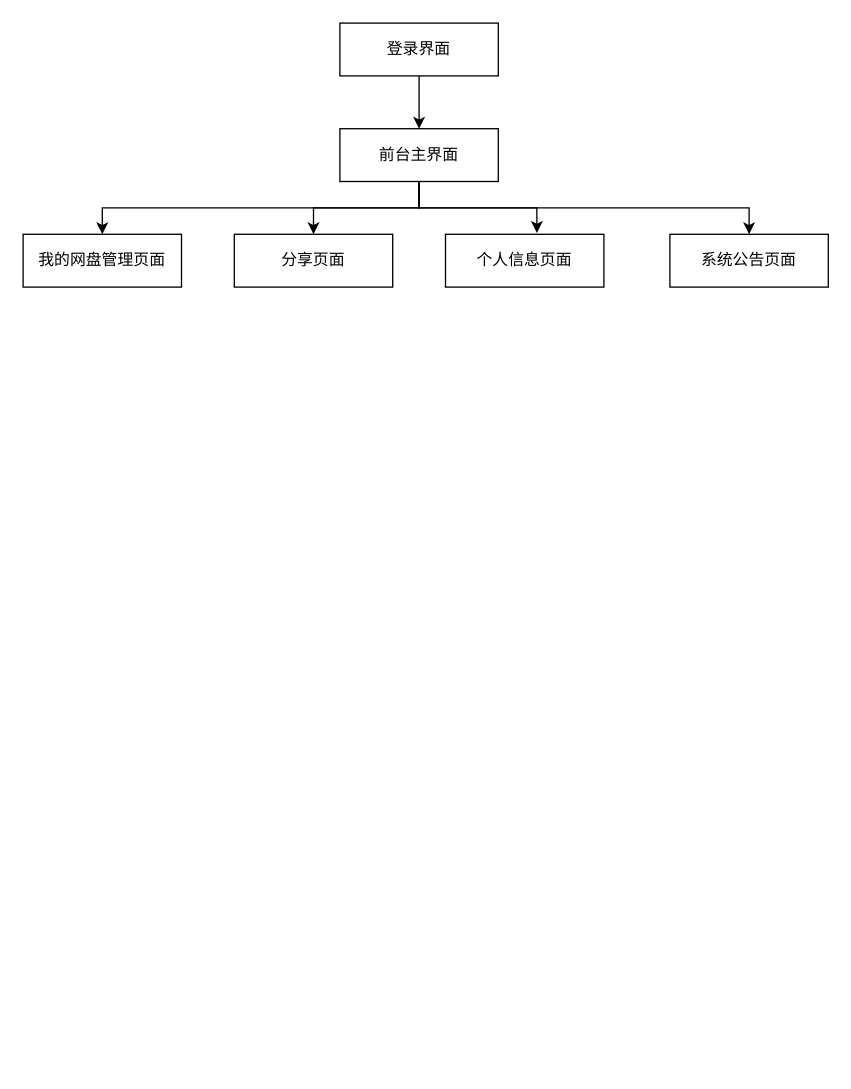
This is 界面迁移.drawio from jokerbay/images, a draw.io file, before an edit. Source tidied: cells renumbered, new cells numbered last; positions are measured from the earlier drawing's top-left corner, leaving out a move shared by most shapes. Both pictures are drawn from the tidied source at 132%, with x=0, y=0 at pixel (22, 22).
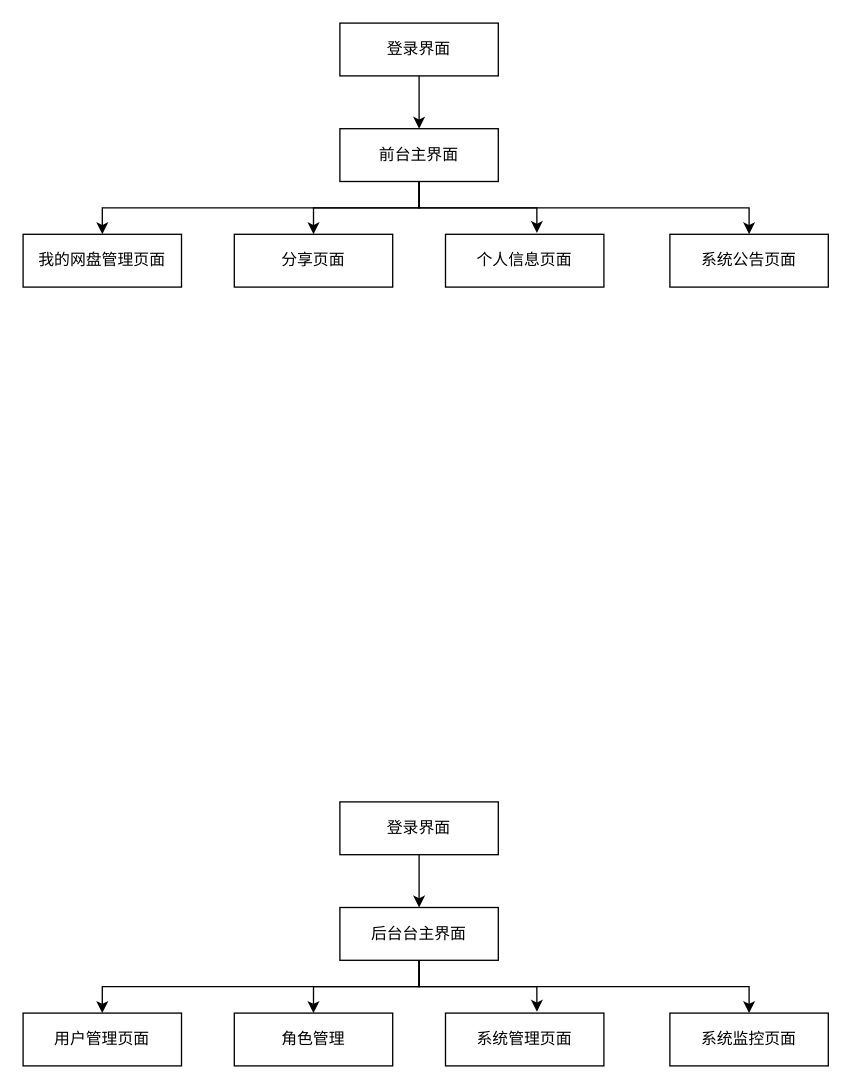
After the change.

What changed in the source:
```diff
@@
+    <mxCell id="13" style="edgeStyle=orthogonalEdgeStyle;rounded=0;jettySize=auto;html=1;exitX=0.5;exitY=1;exitDx=0;exitDy=0;entryX=0.5;entryY=0;entryDx=0;entryDy=0;" parent="1" edge="1" source="14" target="19">
+      <mxGeometry relative="1" as="geometry" />
+    </mxCell>
+    <mxCell id="14" value="登录界面" style="rounded=0;whiteSpace=wrap;html=1;" parent="1" vertex="1">
+      <mxGeometry x="240" y="590" width="120" height="40" as="geometry" />
+    </mxCell>
+    <mxCell id="15" style="edgeStyle=orthogonalEdgeStyle;rounded=0;jettySize=auto;html=1;exitX=0.5;exitY=1;exitDx=0;exitDy=0;entryX=0.5;entryY=0;entryDx=0;entryDy=0;" parent="1" edge="1" source="19" target="20">
+      <mxGeometry relative="1" as="geometry" />
+    </mxCell>
+    <mxCell id="16" style="edgeStyle=orthogonalEdgeStyle;rounded=0;jettySize=auto;html=1;exitX=0.5;exitY=1;exitDx=0;exitDy=0;entryX=0.5;entryY=0;entryDx=0;entryDy=0;" parent="1" edge="1" source="19" target="21">
+      <mxGeometry relative="1" as="geometry" />
+    </mxCell>
+    <mxCell id="17" style="edgeStyle=orthogonalEdgeStyle;rounded=0;jettySize=auto;html=1;exitX=0.5;exitY=1;exitDx=0;exitDy=0;entryX=0.577;entryY=-0.025;entryDx=0;entryDy=0;entryPerimeter=0;" parent="1" edge="1" source="19" target="22">
+      <mxGeometry relative="1" as="geometry" />
+    </mxCell>
+    <mxCell id="18" style="edgeStyle=orthogonalEdgeStyle;rounded=0;jettySize=auto;html=1;exitX=0.5;exitY=1;exitDx=0;exitDy=0;entryX=0.5;entryY=0;entryDx=0;entryDy=0;" parent="1" edge="1" source="19" target="23">
+      <mxGeometry relative="1" as="geometry" />
+    </mxCell>
+    <mxCell id="19" value="后台台主界面" style="rounded=0;whiteSpace=wrap;html=1;" parent="1" vertex="1">
+      <mxGeometry x="240" y="670" width="120" height="40" as="geometry" />
+    </mxCell>
+    <mxCell id="20" value="用户管理页面" style="rounded=0;whiteSpace=wrap;html=1;" parent="1" vertex="1">
+      <mxGeometry y="750" width="120" height="40" as="geometry" />
+    </mxCell>
+    <mxCell id="21" value="角色管理" style="rounded=0;whiteSpace=wrap;html=1;" parent="1" vertex="1">
+      <mxGeometry x="160" y="750" width="120" height="40" as="geometry" />
+    </mxCell>
+    <mxCell id="22" value="系统管理页面" style="rounded=0;whiteSpace=wrap;html=1;" parent="1" vertex="1">
+      <mxGeometry x="320" y="750" width="120" height="40" as="geometry" />
+    </mxCell>
+    <mxCell id="23" value="系统监控页面" style="rounded=0;whiteSpace=wrap;html=1;" parent="1" vertex="1">
+      <mxGeometry x="490" y="750" width="120" height="40" as="geometry" />
+    </mxCell>
```
